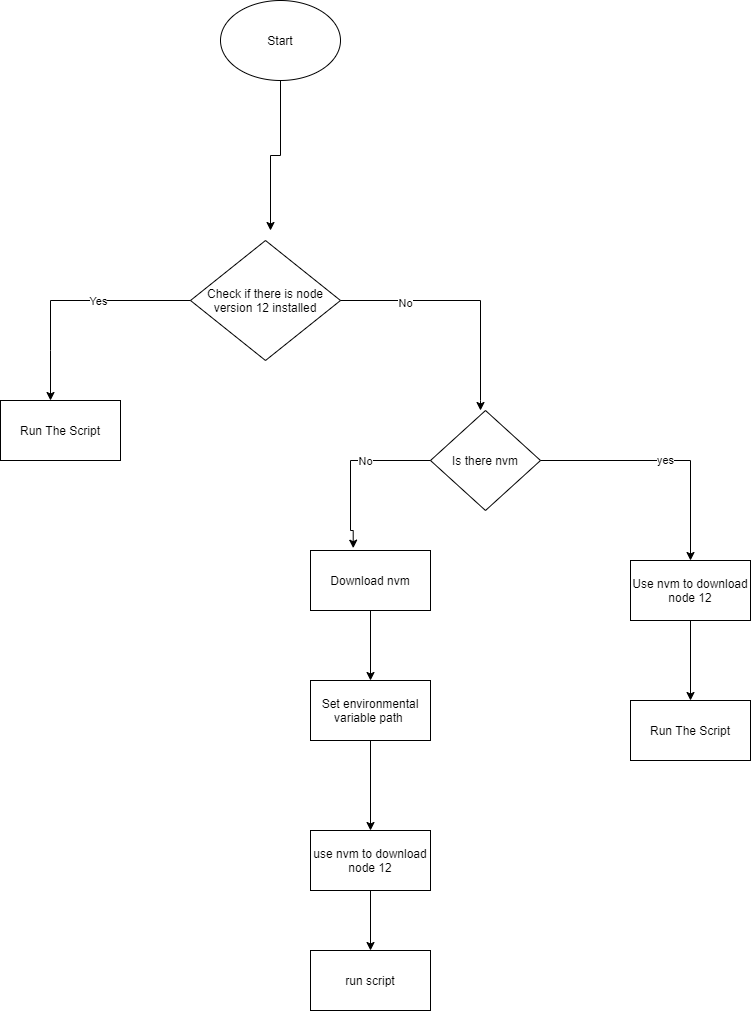
Above: implementationflow.png in sammychinedu2ky/powershellautomation (draw.io), before the change. Source tidied: cells renumbered, new cells last; positions are measured from the earlier drawing's top-left corner, leaving out a move shared by most shapes.
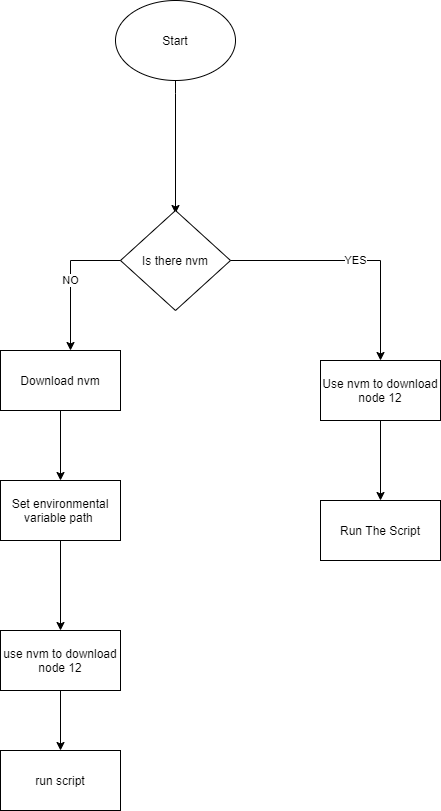
Above is the later version.

Commit message:
changed flow chart

What changed in the source:
```diff
@@ -2,46 +2,19 @@
   <root>
     <mxCell id="0" />
     <mxCell id="1" parent="0" />
-    <mxCell id="2" value="&lt;span&gt;Check if there is node version 12 installed&lt;/span&gt;" style="rhombus;whiteSpace=wrap;html=1;" parent="1" vertex="1">
-      <mxGeometry x="190" y="240" width="150" height="120" as="geometry" />
-    </mxCell>
-    <mxCell id="3" style="edgeStyle=orthogonalEdgeStyle;rounded=0;jettySize=auto;html=1;" parent="1" edge="1" source="4">
+    <mxCell id="3" style="edgeStyle=orthogonalEdgeStyle;rounded=0;orthogonalLoop=1;jettySize=auto;html=1;" parent="1" edge="1">
       <mxGeometry relative="1" as="geometry">
-        <mxPoint x="270" y="230" as="targetPoint" />
+        <mxPoint x="485" y="272.9" as="sourcePoint" />
+        <mxPoint x="485" y="413" as="targetPoint" />
+        <Array as="points">
+          <mxPoint x="485" y="293" />
+          <mxPoint x="485" y="293" />
+        </Array>
       </mxGeometry>
     </mxCell>
     <mxCell id="4" value="Start" style="ellipse;whiteSpace=wrap;html=1;" parent="1" vertex="1">
-      <mxGeometry x="220" width="120" height="80" as="geometry" />
+      <mxGeometry x="425" y="200" width="120" height="80" as="geometry" />
     </mxCell>
-    <mxCell id="5" style="endArrow=classic;html=1;rounded=0;edgeStyle=orthogonalEdgeStyle;" parent="1" edge="1">
-      <mxGeometry relative="1" as="geometry">
-        <mxPoint x="190" y="300" as="sourcePoint" />
-        <mxPoint x="50" y="400" as="targetPoint" />
-        <Array as="points">
-          <mxPoint x="50" y="300" />
-          <mxPoint x="50" y="350" />
-        </Array>
-      </mxGeometry>
-    </mxCell>
-    <mxCell id="6" value="Yes" style="edgeLabel;html=1;align=center;verticalAlign=middle;" parent="5" vertex="1">
-      <mxGeometry x="-0.23" relative="1" as="geometry" />
-    </mxCell>
-    <mxCell id="7" style="endArrow=classic;html=1;rounded=0;edgeStyle=orthogonalEdgeStyle;" parent="1" edge="1">
-      <mxGeometry relative="1" as="geometry">
-        <mxPoint x="340" y="300" as="sourcePoint" />
-        <mxPoint x="480" y="410" as="targetPoint" />
-        <Array as="points">
-          <mxPoint x="480" y="300" />
-          <mxPoint x="480" y="400" />
-        </Array>
-      </mxGeometry>
-    </mxCell>
-    <mxCell id="8" value="No" style="edgeLabel;html=1;align=center;verticalAlign=middle;" parent="7" vertex="1">
-      <mxGeometry x="-0.49" y="-2" relative="1" as="geometry" />
-    </mxCell>
-    <mxCell id="9" value="Run The Script" style="rounded=0;whiteSpace=wrap;html=1;" parent="1" vertex="1">
-      <mxGeometry y="400" width="120" height="60" as="geometry" />
-    </mxCell>
     <mxCell id="10" style="edgeStyle=orthogonalEdgeStyle;rounded=0;jettySize=auto;html=1;" parent="1" edge="1" source="11">
       <mxGeometry relative="1" as="geometry">
         <mxPoint x="370" y="680" as="targetPoint" />
@@ -59,7 +32,7 @@
     <mxCell id="14" value="Is there nvm" style="rhombus;whiteSpace=wrap;html=1;" parent="1" vertex="1">
       <mxGeometry x="430" y="410" width="110" height="100" as="geometry" />
     </mxCell>
-    <mxCell id="15" value="yes" style="endArrow=classic;html=1;rounded=0;edgeStyle=orthogonalEdgeStyle;exitX=1;exitY=0.5;exitDx=0;exitDy=0;" parent="1" edge="1">
+    <mxCell id="15" value="YES" style="endArrow=classic;html=1;rounded=0;edgeStyle=orthogonalEdgeStyle;exitX=1;exitY=0.5;exitDx=0;exitDy=0;" parent="1" edge="1">
       <mxGeometry relative="1" as="geometry">
         <mxPoint x="540" y="460" as="sourcePoint" />
         <mxPoint x="690" y="560" as="targetPoint" />
@@ -86,18 +59,13 @@
     <mxCell id="21" value="run script" style="rounded=0;whiteSpace=wrap;html=1;" parent="1" vertex="1">
       <mxGeometry x="310" y="950" width="120" height="60" as="geometry" />
     </mxCell>
-    <mxCell id="22" style="endArrow=classic;html=1;rounded=0;edgeStyle=orthogonalEdgeStyle;entryX=0.356;entryY=-0.039;entryDx=0;entryDy=0;entryPerimeter=0;" parent="1" edge="1" target="11">
-      <mxGeometry relative="1" as="geometry">
-        <mxPoint x="430" y="460" as="sourcePoint" />
-        <Array as="points">
-          <mxPoint x="350" y="460" />
-          <mxPoint x="350" y="530" />
-          <mxPoint x="353" y="530" />
-        </Array>
-      </mxGeometry>
-    </mxCell>
-    <mxCell id="23" value="No" style="edgeLabel;html=1;align=center;verticalAlign=middle;" parent="22" vertex="1">
-      <mxGeometry x="-0.23" relative="1" as="geometry" />
-    </mxCell>
+    <mxCell id="24" value="NO" style="endArrow=classic;html=1;rounded=0;edgeStyle=orthogonalEdgeStyle;exitX=0;exitY=0.5;exitDx=0;exitDy=0;" parent="1" edge="1" source="14">
+      <mxGeometry relative="1" as="geometry">
+        <mxPoint x="380" y="550" as="targetPoint" />
+        <Array as="points">
+          <mxPoint x="380" y="460" />
+        </Array>
+      </mxGeometry>
+    </mxCell>
   </root>
 </mxGraphModel>
```
